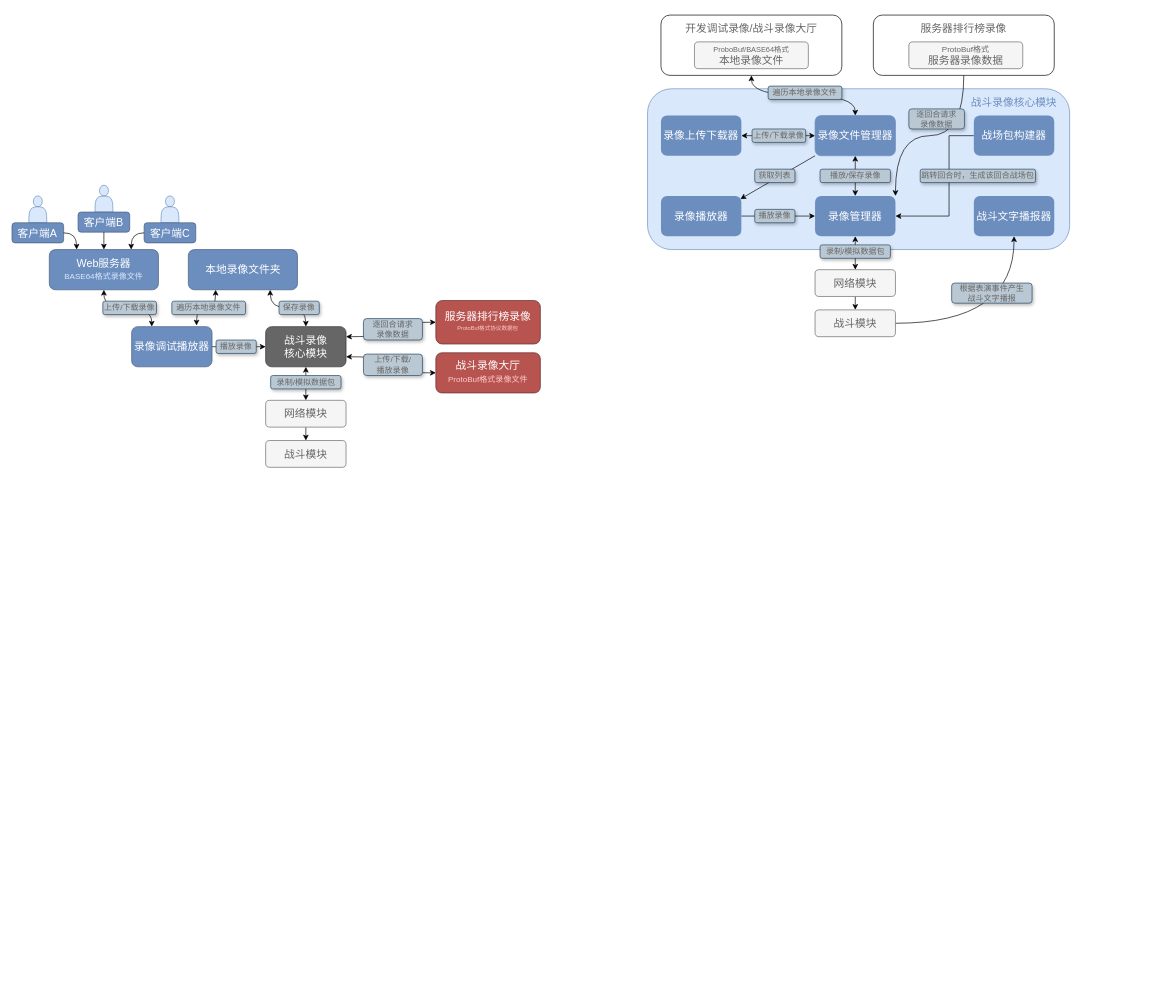
This is ppt战斗录像播放器框架图.drawio from leoin2012/draw.io.files, a draw.io file, before an edit. Source tidied: cells renumbered, new cells numbered last; positions are measured from the earlier drawing's top-left corner, leaving out a move shared by most shapes. Both pictures are drawn from the tidied source at 67%, with x=0, y=0 at pixel (11, 11).
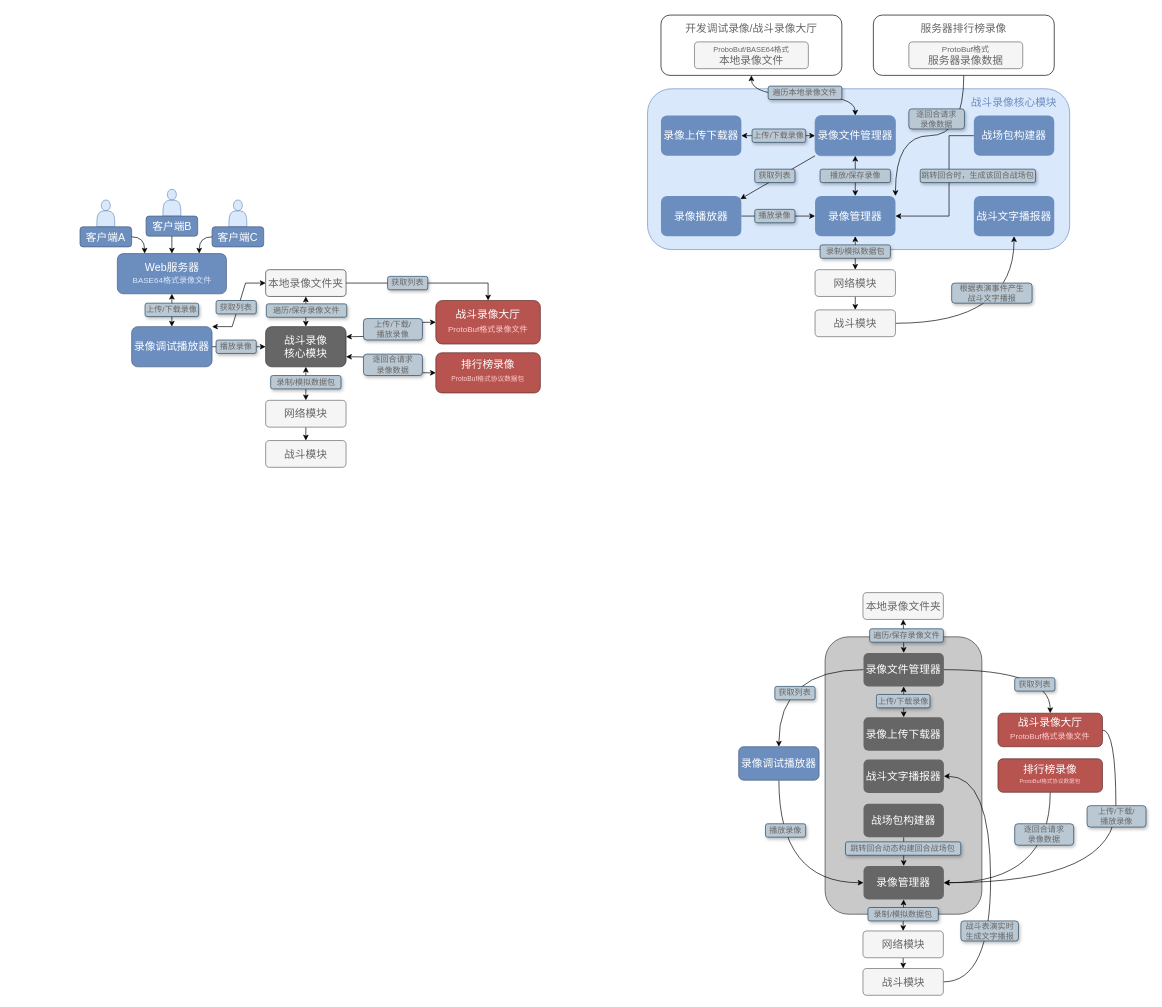
The same diagram, later.

Commit message:
Update ppt战斗录像播放器框架图.drawio

Unchanged cells that the change refers to:
```xml
<mxCell id="39" value="&lt;span style=&quot;font-size: 16px&quot;&gt;&lt;font color=&quot;#ffffff&quot;&gt;战斗录像&lt;br&gt;核心模块&lt;/font&gt;&lt;/span&gt;" style="rounded=1;whiteSpace=wrap;html=1;fillColor=#666666;strokeColor=#303030;fontColor=#333333;" parent="1" vertex="1">
  <mxGeometry x="379" y="470" width="120" height="60" as="geometry" />
</mxCell>
<mxCell id="41" value="&lt;span style=&quot;font-size: 16px&quot;&gt;&lt;font color=&quot;#ffffff&quot;&gt;录像调试播放器&lt;/font&gt;&lt;/span&gt;" style="rounded=1;whiteSpace=wrap;html=1;fillColor=#6C8EBF;strokeColor=#455B7A;" parent="1" vertex="1">
  <mxGeometry x="179" y="470" width="120" height="60" as="geometry" />
</mxCell>
<mxCell id="52" style="group;" parent="1" vertex="1">
  <mxGeometry x="97.6" y="225" width="77.1" height="90" as="geometry" />
</mxCell>
```

The edit, as a diff of the source:
```diff
@@
+    <mxCell id="72" style="rounded=1;whiteSpace=wrap;html=1;fillColor=#C9C9C9;strokeColor=#36393d;" parent="1" vertex="1">
+      <mxGeometry x="1214" y="933" width="234" height="414" as="geometry" />
+    </mxCell>
+    <mxCell id="73" style="edgeStyle=orthogonalEdgeStyle;curved=1;rounded=0;jettySize=auto;html=1;exitX=1;exitY=0.5;exitDx=0;exitDy=0;entryX=1;entryY=0.5;entryDx=0;entryDy=0;startArrow=none;startFill=0;" parent="1" edge="1" source="74" target="91">
+      <mxGeometry relative="1" as="geometry" />
+    </mxCell>
+    <mxCell id="74" value="&lt;span style=&quot;color: rgb(255 , 255 , 255) ; font-size: 16px&quot;&gt;战斗录像大厅&lt;/span&gt;&lt;br&gt;&lt;font style=&quot;line-height: 200% ; font-size: 12px&quot; color=&quot;#ffcccc&quot;&gt;ProtoBuf格式录像文件&lt;/font&gt;" style="rounded=1;whiteSpace=wrap;html=1;fillColor=#B85450;strokeColor=#5E2B29;fontColor=#ffffff;" parent="1" vertex="1">
+      <mxGeometry x="1472" y="1047" width="156" height="50" as="geometry" />
+    </mxCell>
@@
-    <mxCell id="38" style="edgeStyle=orthogonalEdgeStyle;curved=1;rounded=0;jettySize=auto;html=1;exitX=0.5;exitY=0;exitDx=0;exitDy=0;entryX=0.75;entryY=1;entryDx=0;entryDy=0;startArrow=classic;startFill=1;" parent="1" edge="1" source="39" target="67">
+    <mxCell id="38" style="edgeStyle=orthogonalEdgeStyle;curved=1;rounded=0;jettySize=auto;html=1;exitX=0.5;exitY=0;exitDx=0;exitDy=0;entryX=0.5;entryY=1;entryDx=0;entryDy=0;startArrow=classic;startFill=1;" parent="1" edge="1" source="39" target="67">
       <mxGeometry relative="1" as="geometry" />
     </mxCell>
@@
+    <mxCell id="75" style="edgeStyle=entityRelationEdgeStyle;rounded=0;jettySize=auto;html=1;exitX=1;exitY=0;exitDx=0;exitDy=0;entryX=0;entryY=0.5;entryDx=0;entryDy=0;startArrow=classic;startFill=1;" parent="1" edge="1" source="41" target="67">
+      <mxGeometry relative="1" as="geometry" />
+    </mxCell>
+    <mxCell id="76" style="edgeStyle=orthogonalEdgeStyle;rounded=0;jettySize=auto;html=1;exitX=0.5;exitY=0;exitDx=0;exitDy=0;entryX=0.5;entryY=1;entryDx=0;entryDy=0;startArrow=classic;startFill=1;" parent="1" edge="1" source="41" target="48">
+      <mxGeometry relative="1" as="geometry" />
+    </mxCell>
@@
-    <mxCell id="47" style="edgeStyle=orthogonalEdgeStyle;curved=1;rounded=0;jettySize=auto;html=1;exitX=0.5;exitY=1;exitDx=0;exitDy=0;entryX=0.25;entryY=0;entryDx=0;entryDy=0;startArrow=classic;startFill=1;" parent="1" edge="1" source="48" target="41">
-      <mxGeometry relative="1" as="geometry" />
-    </mxCell>
     <mxCell id="48" value="&lt;span style=&quot;color: rgb(255 , 255 , 255) ; font-size: 16px&quot;&gt;Web服务器&lt;/span&gt;&lt;br&gt;&lt;font style=&quot;font-size: 12px ; line-height: 160%&quot; color=&quot;#dae8fc&quot;&gt;BASE64格式录像文件&lt;/font&gt;" style="rounded=1;whiteSpace=wrap;html=1;fillColor=#6C8EBF;strokeColor=#455B7A;" parent="1" vertex="1">
-      <mxGeometry x="56.1" y="355" width="162.9" height="60" as="geometry" />
+      <mxGeometry x="157.6" y="361" width="162.9" height="60" as="geometry" />
     </mxCell>
     <mxCell id="49" style="group;" parent="1" vertex="1">
-      <mxGeometry x="0.4" y="255" width="77.1" height="90" as="geometry" />
+      <mxGeometry x="101.9" y="261" width="77.1" height="90" as="geometry" />
     </mxCell>
@@
     <mxCell id="53" style="shape=actor;whiteSpace=wrap;html=1;fillColor=#dae8fc;strokeColor=#6c8ebf;" parent="52" vertex="1">
-      <mxGeometry x="26.7" y="34" width="26.7" height="40" as="geometry" />
+      <mxGeometry x="128.1" y="40" width="26.7" height="40" as="geometry" />
     </mxCell>
     <mxCell id="54" value="&lt;font color=&quot;#ffffff&quot;&gt;&lt;span style=&quot;font-size: 16px&quot;&gt;客户端B&lt;/span&gt;&lt;/font&gt;" style="rounded=1;whiteSpace=wrap;html=1;fillColor=#6C8EBF;strokeColor=#455B7A;" parent="52" vertex="1">
-      <mxGeometry x="1.4" y="74" width="77.1" height="30" as="geometry" />
+      <mxGeometry x="102.9" y="80" width="77.1" height="30" as="geometry" />
     </mxCell>
     <mxCell id="55" style="group;" parent="1" vertex="1">
-      <mxGeometry x="197.6" y="255" width="77.1" height="90" as="geometry" />
+      <mxGeometry x="299" y="261" width="77.1" height="90" as="geometry" />
     </mxCell>
@@
     <mxCell id="61" value="&lt;font color=&quot;#666666&quot;&gt;上传/下载录像&lt;/font&gt;" style="text;html=1;align=center;verticalAlign=middle;whiteSpace=wrap;rounded=1;shadow=1;comic=0;glass=0;fillColor=#bac8d3;strokeColor=#23445d;" parent="1" vertex="1">
-      <mxGeometry x="136" y="432" width="80" height="20" as="geometry" />
+      <mxGeometry x="199" y="435" width="80" height="20" as="geometry" />
     </mxCell>
@@
-    <mxCell id="63" value="&lt;span style=&quot;color: rgb(255 , 255 , 255) ; font-size: 16px&quot;&gt;服务器排行榜录像&lt;/span&gt;&lt;br&gt;&lt;font style=&quot;line-height: 150%&quot; size=&quot;1&quot; color=&quot;#ffcccc&quot;&gt;&lt;sup style=&quot;line-height: 198%&quot;&gt;ProtoBuf格式协议数据包&lt;/sup&gt;&lt;/font&gt;" style="rounded=1;whiteSpace=wrap;html=1;fillColor=#B85450;strokeColor=#5E2B29;" parent="1" vertex="1">
+    <mxCell id="63" value="&lt;span style=&quot;color: rgb(255 , 255 , 255) ; font-size: 16px&quot;&gt;战斗录像大厅&lt;/span&gt;&lt;br style=&quot;color: rgb(255 , 255 , 255)&quot;&gt;&lt;font color=&quot;#ffcccc&quot; style=&quot;line-height: 24px&quot;&gt;ProtoBuf格式录像文件&lt;/font&gt;" style="rounded=1;whiteSpace=wrap;html=1;fillColor=#B85450;strokeColor=#5E2B29;" parent="1" vertex="1">
       <mxGeometry x="633" y="431" width="156" height="65" as="geometry" />
     </mxCell>
@@
-    <mxCell id="65" value="&lt;span style=&quot;color: rgb(255 , 255 , 255) ; font-size: 16px&quot;&gt;战斗录像大厅&lt;/span&gt;&lt;br&gt;&lt;font style=&quot;line-height: 200% ; font-size: 12px&quot; color=&quot;#ffcccc&quot;&gt;ProtoBuf格式录像文件&lt;/font&gt;" style="rounded=1;whiteSpace=wrap;html=1;fillColor=#B85450;strokeColor=#5E2B29;fontColor=#ffffff;" parent="1" vertex="1">
+    <mxCell id="65" value="&lt;span style=&quot;font-size: 16px&quot;&gt;排行榜录像&lt;/span&gt;&lt;br style=&quot;color: rgb(0 , 0 , 0)&quot;&gt;&lt;font color=&quot;#ffcccc&quot; style=&quot;line-height: 18px&quot;&gt;&lt;sup style=&quot;line-height: 23.76px&quot;&gt;ProtoBuf格式协议数据包&lt;/sup&gt;&lt;/font&gt;" style="rounded=1;whiteSpace=wrap;html=1;fillColor=#B85450;strokeColor=#5E2B29;fontColor=#ffffff;" parent="1" vertex="1">
       <mxGeometry x="633" y="509" width="156" height="60" as="geometry" />
     </mxCell>
-    <mxCell id="66" style="edgeStyle=orthogonalEdgeStyle;curved=1;rounded=0;jettySize=auto;html=1;exitX=0.25;exitY=1;exitDx=0;exitDy=0;entryX=0.807;entryY=-0.028;entryDx=0;entryDy=0;startArrow=classic;startFill=1;entryPerimeter=0;" parent="1" edge="1" source="67" target="41">
-      <mxGeometry relative="1" as="geometry" />
-    </mxCell>
+    <mxCell id="77" style="edgeStyle=orthogonalEdgeStyle;rounded=0;jettySize=auto;html=1;exitX=1;exitY=0.5;exitDx=0;exitDy=0;entryX=0.5;entryY=0;entryDx=0;entryDy=0;startArrow=none;startFill=0;" parent="1" edge="1" source="67" target="63">
+      <mxGeometry relative="1" as="geometry" />
+    </mxCell>
-    <mxCell id="67" value="&lt;font color=&quot;#ffffff&quot;&gt;&lt;span style=&quot;font-size: 16px&quot;&gt;本地录像文件夹&lt;/span&gt;&lt;br&gt;&lt;/font&gt;" style="rounded=1;whiteSpace=wrap;html=1;fillColor=#6C8EBF;strokeColor=#455B7A;" parent="1" vertex="1">
-      <mxGeometry x="263.6" y="355" width="162.9" height="60" as="geometry" />
+    <mxCell id="67" value="&lt;span style=&quot;font-size: 16px&quot;&gt;&lt;font color=&quot;#666666&quot;&gt;本地录像文件夹&lt;/font&gt;&lt;/span&gt;" style="rounded=1;whiteSpace=wrap;html=1;fillColor=#F5F5F5;strokeColor=#36393d;" parent="1" vertex="1">
+      <mxGeometry x="379" y="385" width="120" height="40" as="geometry" />
     </mxCell>
-    <mxCell id="68" value="&lt;font color=&quot;#666666&quot;&gt;遍历本地录像文件&lt;/font&gt;" style="text;html=1;align=center;verticalAlign=middle;whiteSpace=wrap;rounded=1;shadow=1;comic=0;glass=0;fillColor=#bac8d3;strokeColor=#23445d;" parent="1" vertex="1">
-      <mxGeometry x="239" y="432" width="110" height="20" as="geometry" />
-    </mxCell>
-    <mxCell id="69" value="&lt;font color=&quot;#666666&quot;&gt;逐回合请求&lt;br&gt;录像数据&lt;/font&gt;" style="text;html=1;align=center;verticalAlign=middle;whiteSpace=wrap;rounded=1;shadow=1;comic=0;glass=0;fillColor=#bac8d3;strokeColor=#23445d;" parent="1" vertex="1">
+    <mxCell id="69" value="&lt;span style=&quot;color: rgb(102 , 102 , 102)&quot;&gt;上传/下载/&lt;/span&gt;&lt;br style=&quot;color: rgb(102 , 102 , 102)&quot;&gt;&lt;span style=&quot;color: rgb(102 , 102 , 102)&quot;&gt;播放录像&lt;/span&gt;" style="text;html=1;align=center;verticalAlign=middle;whiteSpace=wrap;rounded=1;shadow=1;comic=0;glass=0;fillColor=#bac8d3;strokeColor=#23445d;" parent="1" vertex="1">
       <mxGeometry x="525" y="458" width="88" height="32" as="geometry" />
     </mxCell>
-    <mxCell id="70" value="&lt;font color=&quot;#666666&quot;&gt;上传/下载/&lt;br&gt;播放录像&lt;/font&gt;" style="text;html=1;align=center;verticalAlign=middle;whiteSpace=wrap;rounded=1;shadow=1;comic=0;glass=0;fillColor=#bac8d3;strokeColor=#23445d;" parent="1" vertex="1">
+    <mxCell id="70" value="&lt;span style=&quot;color: rgb(102 , 102 , 102)&quot;&gt;逐回合请求&lt;/span&gt;&lt;br style=&quot;color: rgb(102 , 102 , 102)&quot;&gt;&lt;span style=&quot;color: rgb(102 , 102 , 102)&quot;&gt;录像数据&lt;/span&gt;" style="text;html=1;align=center;verticalAlign=middle;whiteSpace=wrap;rounded=1;shadow=1;comic=0;glass=0;fillColor=#bac8d3;strokeColor=#23445d;" parent="1" vertex="1">
       <mxGeometry x="525" y="511" width="88" height="32" as="geometry" />
     </mxCell>
-    <mxCell id="71" value="&lt;font color=&quot;#666666&quot;&gt;保存录像&lt;/font&gt;" style="text;html=1;align=center;verticalAlign=middle;whiteSpace=wrap;rounded=1;shadow=1;comic=0;glass=0;fillColor=#bac8d3;strokeColor=#23445d;" parent="1" vertex="1">
-      <mxGeometry x="399" y="432" width="60" height="20" as="geometry" />
+    <mxCell id="71" value="&lt;span style=&quot;color: rgb(102 , 102 , 102)&quot;&gt;遍历/保存录像文件&lt;/span&gt;" style="text;html=1;align=center;verticalAlign=middle;whiteSpace=wrap;rounded=1;shadow=1;comic=0;glass=0;fillColor=#bac8d3;strokeColor=#23445d;" parent="1" vertex="1">
+      <mxGeometry x="380" y="436" width="120" height="20" as="geometry" />
     </mxCell>
+    <mxCell id="78" style="edgeStyle=orthogonalEdgeStyle;curved=1;rounded=0;jettySize=auto;html=1;exitX=0.5;exitY=1;exitDx=0;exitDy=0;entryX=0;entryY=0.5;entryDx=0;entryDy=0;startArrow=none;startFill=0;" parent="1" edge="1" source="79" target="91">
+      <mxGeometry relative="1" as="geometry" />
+    </mxCell>
+    <mxCell id="79" value="&lt;span style=&quot;font-size: 16px&quot;&gt;&lt;font color=&quot;#ffffff&quot;&gt;录像调试播放器&lt;/font&gt;&lt;/span&gt;" style="rounded=1;whiteSpace=wrap;html=1;fillColor=#6C8EBF;strokeColor=#455B7A;" parent="1" vertex="1">
+      <mxGeometry x="1085" y="1097" width="120" height="50" as="geometry" />
+    </mxCell>
+    <mxCell id="80" style="edgeStyle=orthogonalEdgeStyle;rounded=0;jettySize=auto;html=1;exitX=0.5;exitY=1;exitDx=0;exitDy=0;entryX=0.5;entryY=0;entryDx=0;entryDy=0;" parent="1" edge="1" source="82" target="84">
+      <mxGeometry relative="1" as="geometry" />
+    </mxCell>
+    <mxCell id="81" style="edgeStyle=orthogonalEdgeStyle;curved=1;rounded=0;jettySize=auto;html=1;exitX=0.5;exitY=0;exitDx=0;exitDy=0;entryX=0.5;entryY=1;entryDx=0;entryDy=0;startArrow=classic;startFill=1;" parent="1" edge="1" source="82" target="91">
+      <mxGeometry relative="1" as="geometry" />
+    </mxCell>
+    <mxCell id="82" value="&lt;font color=&quot;#666666&quot;&gt;&lt;span style=&quot;font-size: 16px&quot;&gt;网络模块&lt;/span&gt;&lt;/font&gt;" style="rounded=1;whiteSpace=wrap;html=1;fillColor=#f5f5f5;strokeColor=#666666;fontColor=#333333;" parent="1" vertex="1">
+      <mxGeometry x="1270.5" y="1372" width="120" height="40" as="geometry" />
+    </mxCell>
+    <mxCell id="83" style="edgeStyle=orthogonalEdgeStyle;curved=1;rounded=0;jettySize=auto;html=1;exitX=1;exitY=0.5;exitDx=0;exitDy=0;entryX=1;entryY=0.5;entryDx=0;entryDy=0;startArrow=none;startFill=0;" parent="1" edge="1" source="84" target="100">
+      <mxGeometry relative="1" as="geometry">
+        <Array as="points">
+          <mxPoint x="1461" y="1448" />
+          <mxPoint x="1461" y="1141" />
+        </Array>
+      </mxGeometry>
+    </mxCell>
+    <mxCell id="84" value="&lt;font color=&quot;#666666&quot;&gt;&lt;span style=&quot;font-size: 16px&quot;&gt;战斗模块&lt;/span&gt;&lt;/font&gt;" style="rounded=1;whiteSpace=wrap;html=1;fillColor=#f5f5f5;strokeColor=#666666;fontColor=#333333;" parent="1" vertex="1">
+      <mxGeometry x="1270.5" y="1428" width="120" height="40" as="geometry" />
+    </mxCell>
+    <mxCell id="85" value="&lt;font color=&quot;#666666&quot;&gt;录制/模拟数据包&lt;/font&gt;" style="text;html=1;align=center;verticalAlign=middle;whiteSpace=wrap;rounded=1;shadow=1;comic=0;glass=0;fillColor=#bac8d3;strokeColor=#23445d;" parent="1" vertex="1">
+      <mxGeometry x="1278" y="1337" width="105" height="20" as="geometry" />
+    </mxCell>
+    <mxCell id="86" style="edgeStyle=orthogonalEdgeStyle;curved=1;rounded=0;jettySize=auto;html=1;exitX=0.5;exitY=1;exitDx=0;exitDy=0;entryX=1;entryY=0.5;entryDx=0;entryDy=0;startArrow=none;startFill=0;" parent="1" edge="1" source="87" target="91">
+      <mxGeometry relative="1" as="geometry" />
+    </mxCell>
+    <mxCell id="87" value="&lt;span style=&quot;color: rgb(255 , 255 , 255) ; font-size: 16px&quot;&gt;排行榜录像&lt;/span&gt;&lt;br&gt;&lt;font style=&quot;line-height: 150%&quot; size=&quot;1&quot; color=&quot;#ffcccc&quot;&gt;&lt;sup style=&quot;line-height: 198%&quot;&gt;ProtoBuf格式协议数据包&lt;/sup&gt;&lt;/font&gt;" style="rounded=1;whiteSpace=wrap;html=1;fillColor=#B85450;strokeColor=#5E2B29;" parent="1" vertex="1">
+      <mxGeometry x="1472" y="1115" width="156" height="50" as="geometry" />
+    </mxCell>
+    <mxCell id="88" value="&lt;span style=&quot;font-size: 16px&quot;&gt;&lt;font color=&quot;#666666&quot;&gt;本地录像文件夹&lt;/font&gt;&lt;/span&gt;" style="rounded=1;whiteSpace=wrap;html=1;fillColor=#F5F5F5;strokeColor=#666666;" parent="1" vertex="1">
+      <mxGeometry x="1270.5" y="867" width="120" height="40" as="geometry" />
+    </mxCell>
+    <mxCell id="89" value="&lt;font color=&quot;#666666&quot;&gt;逐回合请求&lt;br&gt;录像数据&lt;/font&gt;" style="text;html=1;align=center;verticalAlign=middle;whiteSpace=wrap;rounded=1;shadow=1;comic=0;glass=0;fillColor=#bac8d3;strokeColor=#23445d;" parent="1" vertex="1">
+      <mxGeometry x="1497" y="1212" width="88" height="32" as="geometry" />
+    </mxCell>
+    <mxCell id="90" value="&lt;font color=&quot;#666666&quot;&gt;上传/下载/&lt;br&gt;播放录像&lt;/font&gt;" style="text;html=1;align=center;verticalAlign=middle;whiteSpace=wrap;rounded=1;shadow=1;comic=0;glass=0;fillColor=#bac8d3;strokeColor=#23445d;" parent="1" vertex="1">
+      <mxGeometry x="1605" y="1185" width="88" height="32" as="geometry" />
+    </mxCell>
+    <mxCell id="91" value="&lt;font color=&quot;#ffffff&quot;&gt;&lt;span style=&quot;font-size: 16px&quot;&gt;录像管理器&lt;/span&gt;&lt;/font&gt;" style="rounded=1;whiteSpace=wrap;html=1;fillColor=#666666;strokeColor=none;" parent="1" vertex="1">
+      <mxGeometry x="1271.3" y="1275" width="120" height="50" as="geometry" />
+    </mxCell>
+    <mxCell id="92" style="edgeStyle=orthogonalEdgeStyle;curved=1;rounded=0;jettySize=auto;html=1;exitX=0.5;exitY=0;exitDx=0;exitDy=0;entryX=0.5;entryY=1;entryDx=0;entryDy=0;startArrow=classic;startFill=1;" parent="1" edge="1" source="96" target="88">
+      <mxGeometry relative="1" as="geometry" />
+    </mxCell>
+    <mxCell id="93" style="edgeStyle=orthogonalEdgeStyle;curved=1;rounded=0;jettySize=auto;html=1;exitX=0;exitY=0.5;exitDx=0;exitDy=0;entryX=0.5;entryY=0;entryDx=0;entryDy=0;startArrow=none;startFill=0;" parent="1" edge="1" source="96" target="79">
+      <mxGeometry relative="1" as="geometry" />
+    </mxCell>
+    <mxCell id="94" style="edgeStyle=orthogonalEdgeStyle;curved=1;rounded=0;jettySize=auto;html=1;exitX=0.5;exitY=1;exitDx=0;exitDy=0;startArrow=classic;startFill=1;" parent="1" edge="1" source="96" target="101">
+      <mxGeometry relative="1" as="geometry" />
+    </mxCell>
+    <mxCell id="95" style="edgeStyle=orthogonalEdgeStyle;curved=1;rounded=0;jettySize=auto;html=1;exitX=1;exitY=0.5;exitDx=0;exitDy=0;startArrow=none;startFill=0;" parent="1" edge="1" source="96" target="74">
+      <mxGeometry relative="1" as="geometry" />
+    </mxCell>
+    <mxCell id="96" value="&lt;font style=&quot;font-size: 16px&quot; color=&quot;#ffffff&quot;&gt;录像文件管理器&lt;/font&gt;" style="rounded=1;whiteSpace=wrap;html=1;fillColor=#666666;strokeColor=none;" parent="1" vertex="1">
+      <mxGeometry x="1271.3" y="957" width="120" height="50" as="geometry" />
+    </mxCell>
+    <mxCell id="97" value="&lt;font color=&quot;#666666&quot;&gt;遍历/保存录像文件&lt;/font&gt;" style="text;html=1;align=center;verticalAlign=middle;whiteSpace=wrap;rounded=1;shadow=1;comic=0;glass=0;fillColor=#bac8d3;strokeColor=#23445d;" parent="1" vertex="1">
+      <mxGeometry x="1280.5" y="921" width="110" height="20" as="geometry" />
+    </mxCell>
+    <mxCell id="98" value="&lt;font color=&quot;#666666&quot;&gt;播放录像&lt;/font&gt;" style="text;html=1;align=center;verticalAlign=middle;whiteSpace=wrap;rounded=1;shadow=1;comic=0;glass=0;fillColor=#bac8d3;strokeColor=#23445d;" parent="1" vertex="1">
+      <mxGeometry x="1125" y="1212" width="60" height="20" as="geometry" />
+    </mxCell>
+    <mxCell id="99" value="&lt;font color=&quot;#666666&quot;&gt;获取列表&lt;/font&gt;" style="text;html=1;align=center;verticalAlign=middle;whiteSpace=wrap;rounded=1;shadow=1;comic=0;glass=0;fillColor=#bac8d3;strokeColor=#23445d;" parent="1" vertex="1">
+      <mxGeometry x="1139" y="1007" width="60" height="20" as="geometry" />
+    </mxCell>
+    <mxCell id="100" value="&lt;font color=&quot;#ffffff&quot;&gt;&lt;span style=&quot;font-size: 16px&quot;&gt;战斗文字播报器&lt;/span&gt;&lt;/font&gt;" style="rounded=1;whiteSpace=wrap;html=1;fillColor=#666666;strokeColor=none;" parent="1" vertex="1">
+      <mxGeometry x="1271.3" y="1116" width="120" height="50" as="geometry" />
+    </mxCell>
+    <mxCell id="101" value="&lt;font color=&quot;#ffffff&quot;&gt;&lt;span style=&quot;font-size: 16px&quot;&gt;录像上传下载器&lt;/span&gt;&lt;/font&gt;" style="rounded=1;whiteSpace=wrap;html=1;fillColor=#666666;strokeColor=none;" parent="1" vertex="1">
+      <mxGeometry x="1271.3" y="1053" width="120" height="50" as="geometry" />
+    </mxCell>
+    <mxCell id="102" style="edgeStyle=orthogonalEdgeStyle;curved=1;rounded=0;jettySize=auto;html=1;exitX=0.5;exitY=1;exitDx=0;exitDy=0;entryX=0.5;entryY=0;entryDx=0;entryDy=0;startArrow=none;startFill=0;" parent="1" edge="1" source="103" target="91">
+      <mxGeometry relative="1" as="geometry" />
+    </mxCell>
+    <mxCell id="103" value="&lt;font color=&quot;#ffffff&quot;&gt;&lt;span style=&quot;font-size: 16px&quot;&gt;战场包构建器&lt;/span&gt;&lt;/font&gt;" style="rounded=1;whiteSpace=wrap;html=1;fillColor=#666666;strokeColor=none;" parent="1" vertex="1">
+      <mxGeometry x="1271.3" y="1182" width="120" height="50" as="geometry" />
+    </mxCell>
+    <mxCell id="104" value="&lt;font color=&quot;#666666&quot;&gt;跳转回合动态构建回合战场包&lt;/font&gt;" style="text;html=1;align=center;verticalAlign=middle;whiteSpace=wrap;rounded=1;shadow=1;comic=0;glass=0;fillColor=#bac8d3;strokeColor=#23445d;" parent="1" vertex="1">
+      <mxGeometry x="1244.4" y="1239" width="172.1" height="20" as="geometry" />
+    </mxCell>
+    <mxCell id="105" value="&lt;font color=&quot;#666666&quot;&gt;上传/下载录像&lt;/font&gt;" style="text;html=1;align=center;verticalAlign=middle;whiteSpace=wrap;rounded=1;shadow=1;comic=0;glass=0;fillColor=#bac8d3;strokeColor=#23445d;" parent="1" vertex="1">
+      <mxGeometry x="1290.5" y="1019" width="80" height="20" as="geometry" />
+    </mxCell>
+    <mxCell id="106" value="&lt;font color=&quot;#666666&quot;&gt;战斗表演实时&lt;br&gt;生成文字播报&lt;/font&gt;" style="text;html=1;align=center;verticalAlign=middle;whiteSpace=wrap;rounded=1;shadow=1;comic=0;glass=0;fillColor=#bac8d3;strokeColor=#23445d;" parent="1" vertex="1">
+      <mxGeometry x="1416.6" y="1357" width="86" height="30" as="geometry" />
+    </mxCell>
+    <mxCell id="107" value="&lt;font color=&quot;#666666&quot;&gt;获取列表&lt;/font&gt;" style="text;html=1;align=center;verticalAlign=middle;whiteSpace=wrap;rounded=1;shadow=1;comic=0;glass=0;fillColor=#bac8d3;strokeColor=#23445d;" parent="1" vertex="1">
+      <mxGeometry x="1497" y="994" width="60" height="20" as="geometry" />
+    </mxCell>
+    <mxCell id="108" value="&lt;font color=&quot;#666666&quot;&gt;获取列表&lt;/font&gt;" style="text;html=1;align=center;verticalAlign=middle;whiteSpace=wrap;rounded=1;shadow=1;comic=0;glass=0;fillColor=#bac8d3;strokeColor=#23445d;" parent="1" vertex="1">
+      <mxGeometry x="305" y="431" width="60" height="20" as="geometry" />
+    </mxCell>
+    <mxCell id="109" value="&lt;font color=&quot;#666666&quot;&gt;获取列表&lt;/font&gt;" style="text;html=1;align=center;verticalAlign=middle;whiteSpace=wrap;rounded=1;shadow=1;comic=0;glass=0;fillColor=#bac8d3;strokeColor=#23445d;" parent="1" vertex="1">
+      <mxGeometry x="561" y="395" width="60" height="20" as="geometry" />
+    </mxCell>
```
